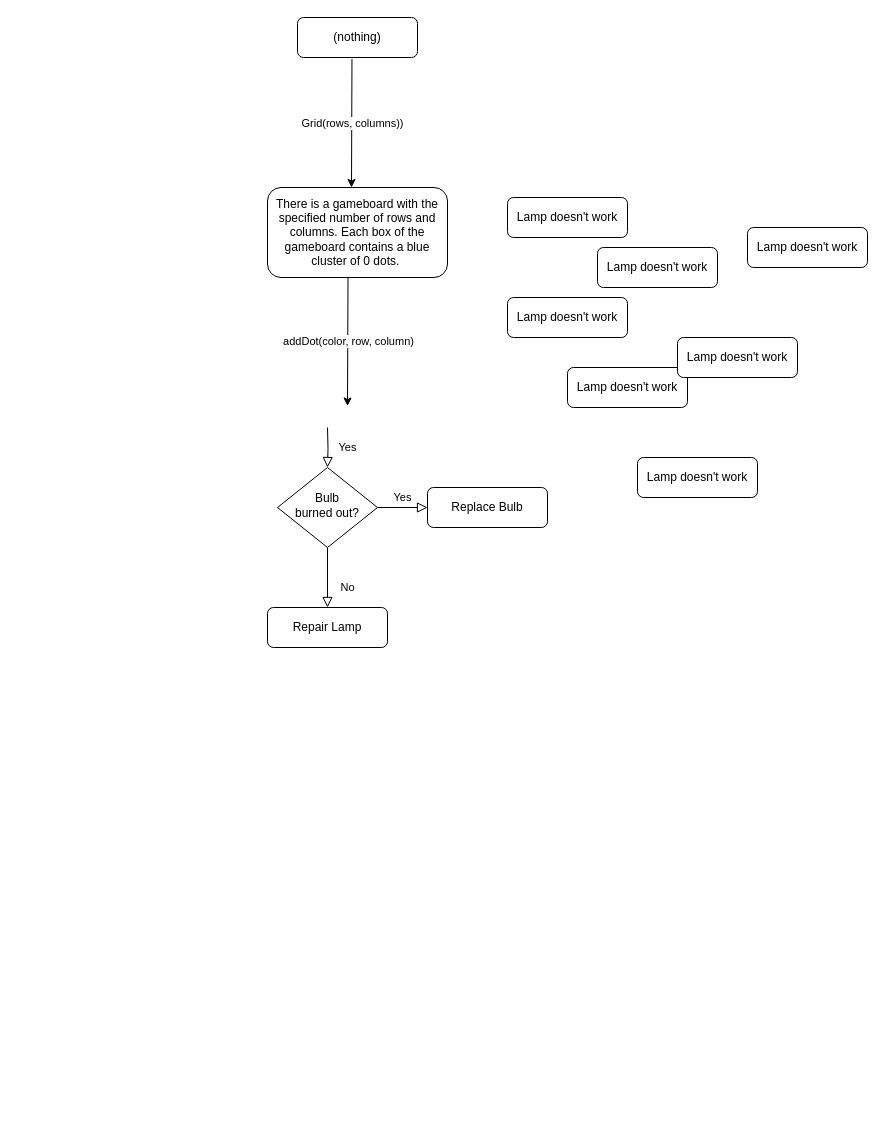
Earlier version of the draw.io diagram stateTransitions.drawio (gloriaslee/3LuckyDuckies). Source tidied: cells renumbered, new cells numbered last; positions are measured from the earlier drawing's top-left corner, leaving out a move shared by most shapes. Both pictures are drawn from the tidied source at 100%, with x=0, y=0 at pixel (267, 17).
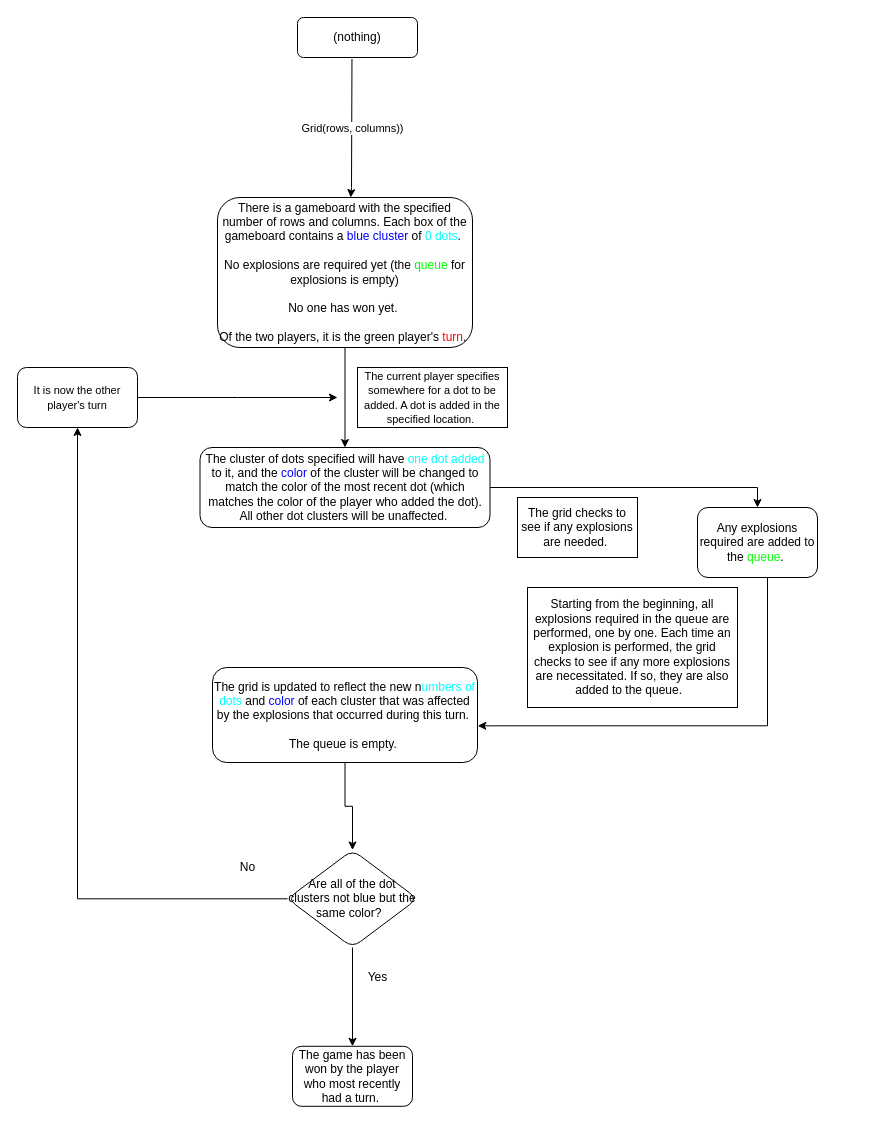
After the change.

Commit message (it also covers changes not shown here):
bad diagram

Diff of the diagram source:
```diff
@@
-    <mxCell id="2" value="Yes" style="rounded=0;html=1;jettySize=auto;fontSize=11;endArrow=block;endFill=0;endSize=8;strokeWidth=1;shadow=0;labelBackgroundColor=none;edgeStyle=orthogonalEdgeStyle;" parent="1" edge="1" target="5">
-      <mxGeometry y="20" relative="1" as="geometry">
-        <mxPoint x="60" y="410" as="sourcePoint" />
-      </mxGeometry>
-    </mxCell>
-    <mxCell id="3" value="No" style="rounded=0;html=1;jettySize=auto;fontSize=11;endArrow=block;endFill=0;endSize=8;strokeWidth=1;shadow=0;labelBackgroundColor=none;edgeStyle=orthogonalEdgeStyle;" parent="1" edge="1" source="5" target="6">
-      <mxGeometry x="0.33" y="20" relative="1" as="geometry" />
-    </mxCell>
-    <mxCell id="4" value="Yes" style="edgeStyle=orthogonalEdgeStyle;rounded=0;html=1;jettySize=auto;fontSize=11;endArrow=block;endFill=0;endSize=8;strokeWidth=1;shadow=0;labelBackgroundColor=none;" parent="1" edge="1" source="5" target="7">
-      <mxGeometry y="10" relative="1" as="geometry" />
-    </mxCell>
-    <mxCell id="5" value="Bulb&lt;br&gt;burned out?" style="rhombus;whiteSpace=wrap;html=1;shadow=0;fontFamily=Helvetica;fontSize=12;align=center;strokeWidth=1;spacing=6;spacingTop=-4;" parent="1" vertex="1">
-      <mxGeometry x="10" y="450" width="100" height="80" as="geometry" />
-    </mxCell>
-    <mxCell id="6" value="Repair Lamp" style="rounded=1;whiteSpace=wrap;html=1;fontSize=12;glass=0;strokeWidth=1;shadow=0;" parent="1" vertex="1">
-      <mxGeometry y="590" width="120" height="40" as="geometry" />
-    </mxCell>
-    <mxCell id="7" value="Replace Bulb" style="rounded=1;whiteSpace=wrap;html=1;fontSize=12;glass=0;strokeWidth=1;shadow=0;" parent="1" vertex="1">
-      <mxGeometry x="160" y="470" width="120" height="40" as="geometry" />
-    </mxCell>
-    <mxCell id="8" value="Lamp doesn't work" style="rounded=1;whiteSpace=wrap;html=1;fontSize=12;glass=0;strokeWidth=1;shadow=0;" parent="1" vertex="1">
-      <mxGeometry x="330" y="230" width="120" height="40" as="geometry" />
-    </mxCell>
+    <mxCell id="21" style="edgeStyle=orthogonalEdgeStyle;rounded=0;jettySize=auto;html=1;fontColor=#0000FF;" parent="1" edge="1" source="9" target="13">
+      <mxGeometry relative="1" as="geometry" />
+    </mxCell>
-    <mxCell id="9" value="There is a gameboard with the specified number of rows and columns. Each box of the gameboard contains a blue cluster of 0 dots.&amp;nbsp;" style="rounded=1;whiteSpace=wrap;html=1;fontSize=12;glass=0;strokeWidth=1;shadow=0;" parent="1" vertex="1">
-      <mxGeometry y="170" width="180" height="90" as="geometry" />
+    <mxCell id="9" value="There is a gameboard with the specified number of rows and columns. Each box of the gameboard contains a &lt;font color=&quot;#0000ff&quot;&gt;blue cluster&lt;/font&gt; of &lt;font color=&quot;#00ffff&quot;&gt;0 dots&lt;/font&gt;.&amp;nbsp;&lt;br&gt;&lt;br&gt;No explosions are required yet (the &lt;font color=&quot;#00ff00&quot;&gt;queue&lt;/font&gt; for explosions is empty)&lt;br&gt;&lt;br&gt;No one has won yet.&amp;nbsp;&lt;br&gt;&lt;br&gt;Of the two players, it is the green player's &lt;font color=&quot;#ff0000&quot;&gt;turn&lt;/font&gt;.&amp;nbsp;" style="rounded=1;whiteSpace=wrap;html=1;fontSize=12;glass=0;strokeWidth=1;shadow=0;" parent="1" vertex="1">
+      <mxGeometry x="-50" y="180" width="255" height="150" as="geometry" />
     </mxCell>
@@
-    <mxCell id="11" value="Lamp doesn't work" style="rounded=1;whiteSpace=wrap;html=1;fontSize=12;glass=0;strokeWidth=1;shadow=0;" parent="1" vertex="1">
-      <mxGeometry x="480" y="210" width="120" height="40" as="geometry" />
-    </mxCell>
+    <mxCell id="22" style="edgeStyle=orthogonalEdgeStyle;rounded=0;jettySize=auto;html=1;entryX=1.001;entryY=0.614;entryDx=0;entryDy=0;entryPerimeter=0;fontColor=#0000FF;" parent="1" edge="1" source="12" target="14">
+      <mxGeometry relative="1" as="geometry">
+        <Array as="points">
+          <mxPoint x="500" y="708" />
+        </Array>
+      </mxGeometry>
+    </mxCell>
-    <mxCell id="12" value="Lamp doesn't work" style="rounded=1;whiteSpace=wrap;html=1;fontSize=12;glass=0;strokeWidth=1;shadow=0;" parent="1" vertex="1">
-      <mxGeometry x="300" y="350" width="120" height="40" as="geometry" />
+    <mxCell id="12" value="Any explosions required are added to the &lt;font color=&quot;#00ff00&quot;&gt;queue&lt;/font&gt;.&amp;nbsp;" style="rounded=1;whiteSpace=wrap;html=1;fontSize=12;glass=0;strokeWidth=1;shadow=0;" parent="1" vertex="1">
+      <mxGeometry x="430" y="490" width="120" height="70" as="geometry" />
     </mxCell>
+    <mxCell id="23" style="edgeStyle=orthogonalEdgeStyle;rounded=0;jettySize=auto;html=1;entryX=0.5;entryY=0;entryDx=0;entryDy=0;" parent="1" edge="1" source="13" target="12">
+      <mxGeometry relative="1" as="geometry" />
+    </mxCell>
-    <mxCell id="13" value="Lamp doesn't work" style="rounded=1;whiteSpace=wrap;html=1;fontSize=12;glass=0;strokeWidth=1;shadow=0;" parent="1" vertex="1">
-      <mxGeometry x="370" y="440" width="120" height="40" as="geometry" />
+    <mxCell id="13" value="The cluster of dots specified will have &lt;font color=&quot;#00ffff&quot;&gt;one dot added&lt;/font&gt; to it, and the &lt;font color=&quot;#0000ff&quot;&gt;color &lt;/font&gt;of the cluster will be changed to match the color of the most recent dot (which matches the color of the player who added the dot). All other dot clusters will be unaffected.&amp;nbsp;" style="rounded=1;whiteSpace=wrap;html=1;fontSize=12;glass=0;strokeWidth=1;shadow=0;" parent="1" vertex="1">
+      <mxGeometry x="-67.5" y="430" width="290" height="80" as="geometry" />
     </mxCell>
+    <mxCell id="24" style="edgeStyle=orthogonalEdgeStyle;rounded=0;jettySize=auto;html=1;fontColor=#0000FF;" parent="1" edge="1" source="14" target="30">
+      <mxGeometry relative="1" as="geometry" />
+    </mxCell>
-    <mxCell id="14" value="Lamp doesn't work" style="rounded=1;whiteSpace=wrap;html=1;fontSize=12;glass=0;strokeWidth=1;shadow=0;" parent="1" vertex="1">
-      <mxGeometry x="240" y="280" width="120" height="40" as="geometry" />
+    <mxCell id="14" value="The grid is updated to reflect the new n&lt;font color=&quot;#00ffff&quot;&gt;umbers of dots &lt;/font&gt;and &lt;font color=&quot;#0000ff&quot;&gt;color &lt;/font&gt;of each cluster that was affected by the explosions that occurred during this turn.&amp;nbsp;&lt;br&gt;&amp;nbsp;&lt;br&gt;The queue is empty.&amp;nbsp;&lt;br&gt;" style="rounded=1;whiteSpace=wrap;html=1;fontSize=12;glass=0;strokeWidth=1;shadow=0;" parent="1" vertex="1">
+      <mxGeometry x="-55" y="650" width="265" height="95" as="geometry" />
     </mxCell>
-    <mxCell id="15" value="Lamp doesn't work" style="rounded=1;whiteSpace=wrap;html=1;fontSize=12;glass=0;strokeWidth=1;shadow=0;" parent="1" vertex="1">
-      <mxGeometry x="240" y="180" width="120" height="40" as="geometry" />
-    </mxCell>
-    <mxCell id="16" value="Lamp doesn't work" style="rounded=1;whiteSpace=wrap;html=1;fontSize=12;glass=0;strokeWidth=1;shadow=0;" parent="1" vertex="1">
-      <mxGeometry x="410" y="320" width="120" height="40" as="geometry" />
-    </mxCell>
@@
-    <mxCell id="19" style="endArrow=classic;html=1;rounded=0;exitX=0.454;exitY=1.038;exitDx=0;exitDy=0;exitPerimeter=0;" parent="1" edge="1">
-      <mxGeometry relative="1" as="geometry">
-        <mxPoint x="80.5" y="260" as="sourcePoint" />
-        <mxPoint x="80" y="388.5" as="targetPoint" />
-        <Array as="points">
-          <mxPoint x="80" y="388.5" />
-        </Array>
-      </mxGeometry>
-    </mxCell>
-    <mxCell id="20" value="addDot(color, row, column)" style="edgeLabel;html=1;align=center;verticalAlign=middle;" parent="19" vertex="1">
-      <mxGeometry relative="1" as="geometry" />
-    </mxCell>
+    <mxCell id="25" value="&lt;span style=&quot;color: rgb(0 , 0 , 0) ; font-size: 11px ; background-color: rgb(255 , 255 , 255)&quot;&gt;The current player specifies somewhere for a dot to be added. A dot is added in the specified location.&amp;nbsp;&lt;/span&gt;" style="rounded=0;whiteSpace=wrap;html=1;fontColor=#0000FF;" parent="1" vertex="1">
+      <mxGeometry x="90" y="350" width="150" height="60" as="geometry" />
+    </mxCell>
+    <mxCell id="26" value="&lt;span style=&quot;color: rgb(0 , 0 , 0)&quot;&gt;The grid checks to see if any explosions are needed.&amp;nbsp;&lt;/span&gt;" style="rounded=0;whiteSpace=wrap;html=1;fontColor=#0000FF;" parent="1" vertex="1">
+      <mxGeometry x="250" y="480" width="120" height="60" as="geometry" />
+    </mxCell>
+    <mxCell id="27" value="&lt;span style=&quot;color: rgb(0 , 0 , 0)&quot;&gt;Starting from the beginning, all explosions required in the queue are performed, one by one. Each time an explosion is performed, the grid checks to see if any more explosions are necessitated. If so, they are also added to the queue.&amp;nbsp;&amp;nbsp;&lt;/span&gt;" style="rounded=0;whiteSpace=wrap;html=1;fontColor=#0000FF;" parent="1" vertex="1">
+      <mxGeometry x="260" y="570" width="210" height="120" as="geometry" />
+    </mxCell>
+    <mxCell id="28" style="edgeStyle=orthogonalEdgeStyle;rounded=0;jettySize=auto;html=1;fontColor=#0000FF;" parent="1" edge="1" source="30" target="31">
+      <mxGeometry relative="1" as="geometry" />
+    </mxCell>
+    <mxCell id="29" style="edgeStyle=orthogonalEdgeStyle;rounded=0;jettySize=auto;html=1;fontColor=#000000;" parent="1" edge="1" source="30" target="34">
+      <mxGeometry relative="1" as="geometry" />
+    </mxCell>
+    <mxCell id="30" value="Are all of the dot clusters not blue but the same color?&amp;nbsp;&amp;nbsp;" style="rhombus;whiteSpace=wrap;html=1;rounded=1;glass=0;strokeWidth=1;shadow=0;" parent="1" vertex="1">
+      <mxGeometry x="20" y="832.5" width="130" height="97.5" as="geometry" />
+    </mxCell>
+    <mxCell id="31" value="The game has been won by the player who most recently had a turn.&amp;nbsp;" style="whiteSpace=wrap;html=1;rounded=1;glass=0;strokeWidth=1;shadow=0;" parent="1" vertex="1">
+      <mxGeometry x="25" y="1028.8" width="120" height="60" as="geometry" />
+    </mxCell>
+    <mxCell id="32" value="&lt;font color=&quot;#000000&quot;&gt;Yes&lt;/font&gt;" style="text;html=1;align=center;verticalAlign=middle;strokeColor=none;fillColor=none;fontColor=#0000FF;" parent="1" vertex="1">
+      <mxGeometry x="90" y="950" width="40" height="20" as="geometry" />
+    </mxCell>
+    <mxCell id="33" style="edgeStyle=orthogonalEdgeStyle;rounded=0;jettySize=auto;html=1;fontColor=#000000;" parent="1" edge="1" source="34">
+      <mxGeometry relative="1" as="geometry">
+        <mxPoint x="70" y="380" as="targetPoint" />
+      </mxGeometry>
+    </mxCell>
+    <mxCell id="34" value="&lt;span style=&quot;font-size: 11px ; background-color: rgb(255 , 255 , 255)&quot;&gt;It is now the other player's turn&lt;/span&gt;" style="whiteSpace=wrap;html=1;rounded=1;glass=0;strokeWidth=1;shadow=0;" parent="1" vertex="1">
+      <mxGeometry x="-250" y="350" width="120" height="60" as="geometry" />
+    </mxCell>
+    <mxCell id="3" value="No" style="text;html=1;align=center;verticalAlign=middle;strokeColor=none;fillColor=none;fontColor=#000000;" parent="1" vertex="1">
+      <mxGeometry x="-35" y="840" width="30" height="20" as="geometry" />
+    </mxCell>
```
